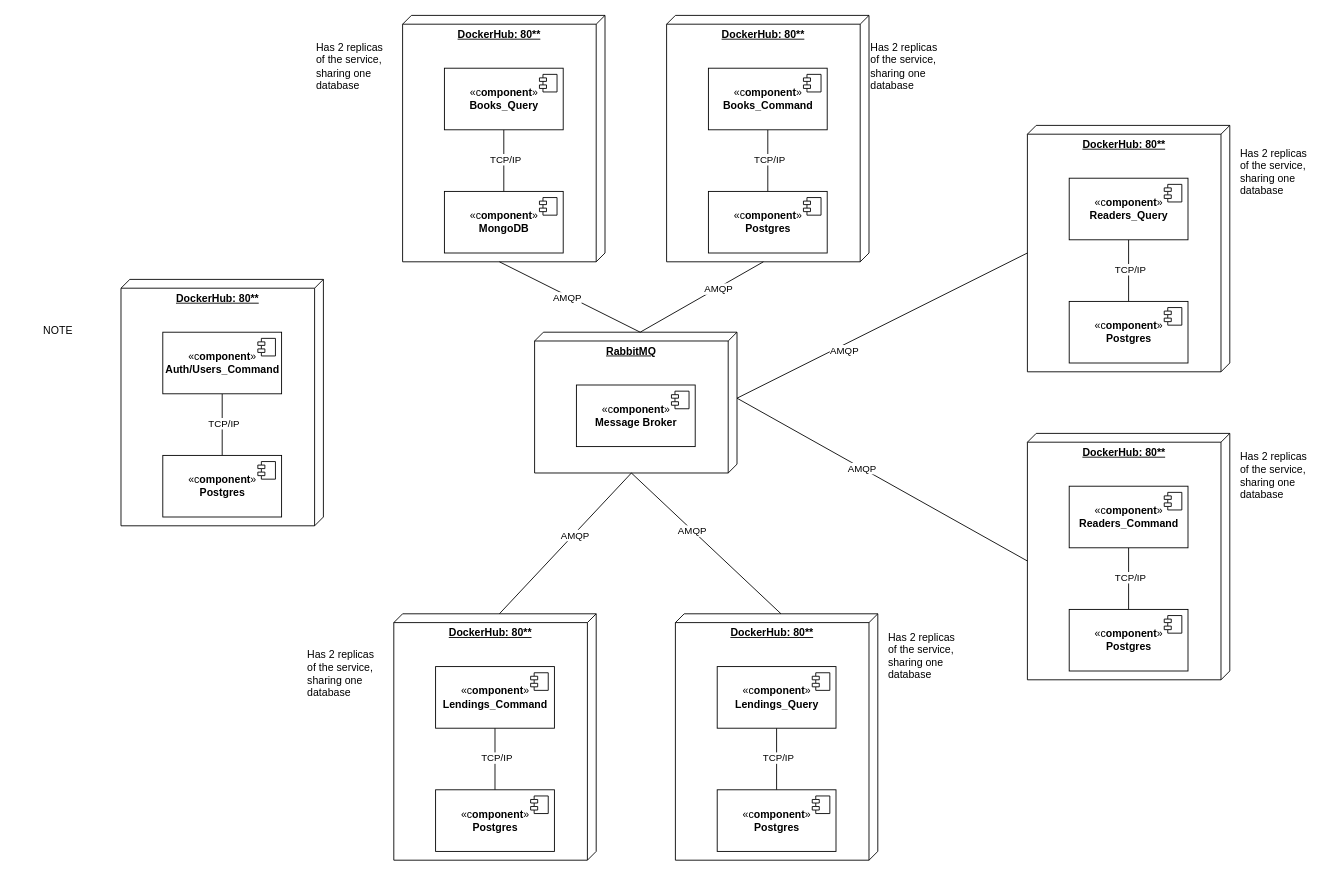
Earlier version of the draw.io diagram Docs/P2/diagrams/VF/VF_N3.drawio (tiagomiguel55/lms-library). Source tidied: cells renumbered, new cells numbered last; positions are measured from the earlier drawing's top-left corner, leaving out a move shared by most shapes. Both pictures are drawn from the tidied source at 88%, with x=0, y=0 at pixel (41, 15).
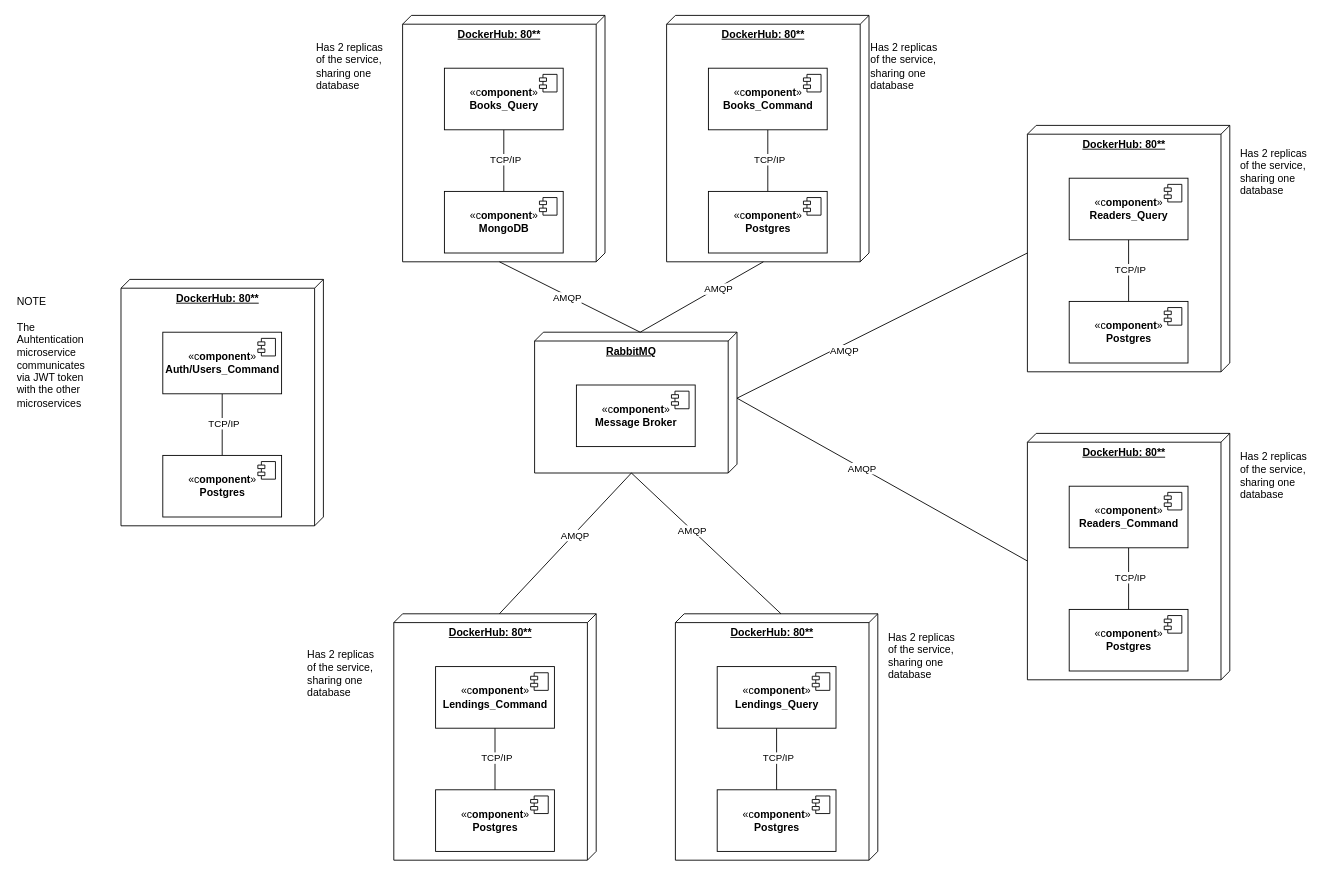
Above is the later version.

Commit message:
update diagram metadata and improve component structure in VF_N3.drawio

The edit, as a diff of the source:
```diff
@@
-    <mxCell id="72" value="NOTE" style="text;html=1;whiteSpace=wrap;strokeColor=none;fillColor=none;align=left;verticalAlign=middle;rounded=0;" parent="1" vertex="1">
-      <mxGeometry y="310" width="90" height="95" as="geometry" />
+    <mxCell id="72" value="NOTE&lt;div&gt;&lt;br&gt;&lt;/div&gt;&lt;div&gt;The Auhtentication microservice communicates via JWT token with the other microservices&lt;/div&gt;" style="text;html=1;whiteSpace=wrap;strokeColor=none;fillColor=none;align=left;verticalAlign=middle;rounded=0;" parent="1" vertex="1">
+      <mxGeometry x="-30" y="335" width="90" height="95" as="geometry" />
     </mxCell>
```
